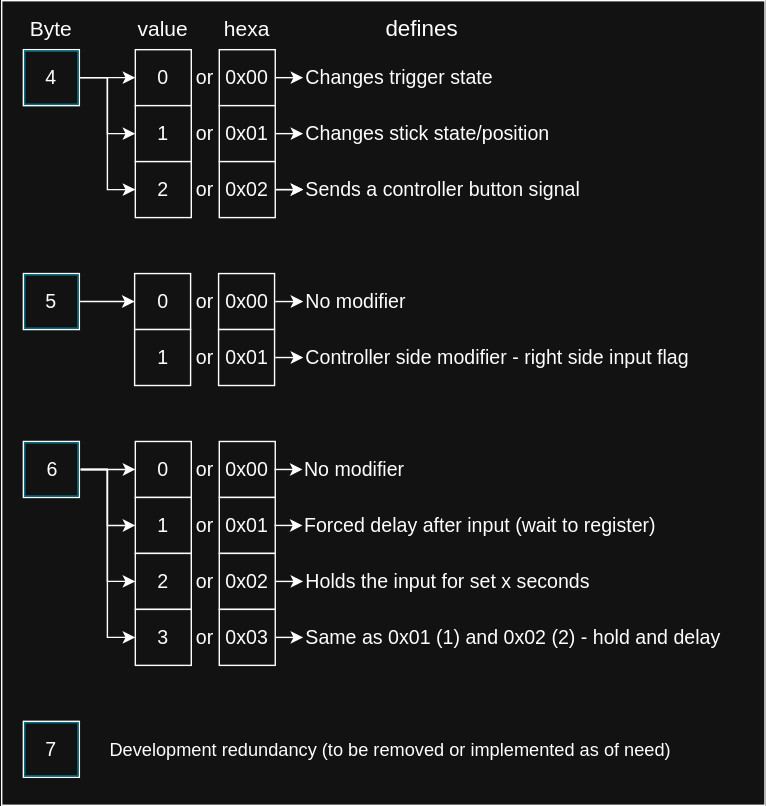
The draw.io diagram images/controller.svg in R3XM4N/backInput, before a commit. Source tidied: cells renumbered, new cells last; positions are measured from the earlier drawing's top-left corner, leaving out a move shared by most shapes.
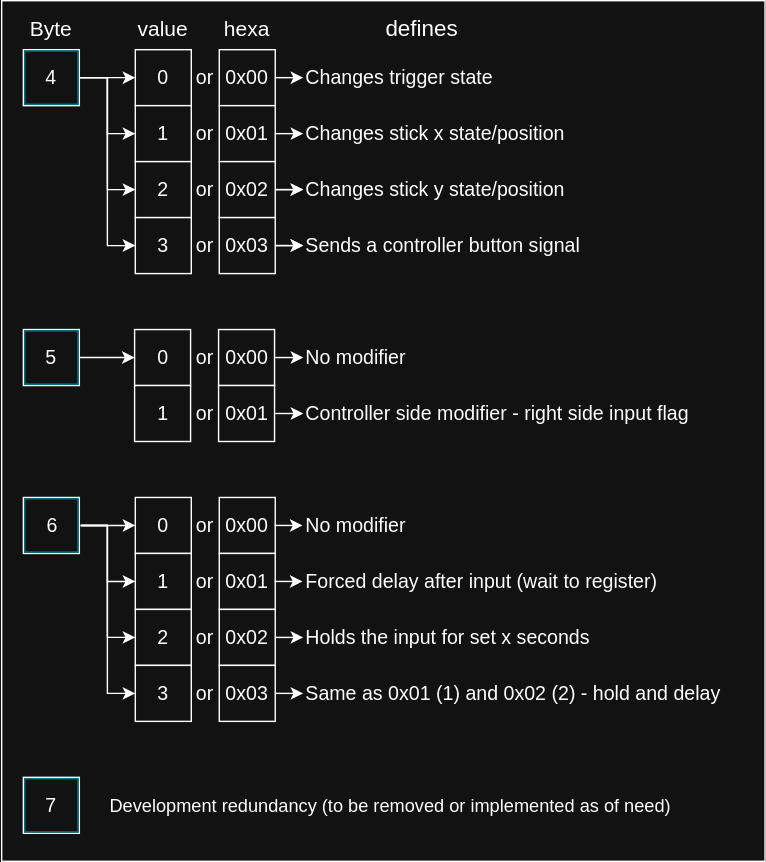
Above is the later version.

Commit message:
finished basic controller input and started migrating from static values for header and used predefined values for future-proofing hopefully didn't break stuff

Diff of the diagram source:
```diff
@@ -3,10 +3,10 @@
     <mxCell id="0" />
     <mxCell id="1" parent="0" />
     <mxCell id="2" value=" " style="rounded=0;whiteSpace=wrap;html=1;" parent="1" vertex="1">
-      <mxGeometry x="0.5" width="545.5" height="575" as="geometry" />
+      <mxGeometry x="0.5" y="-40" width="545.5" height="615" as="geometry" />
     </mxCell>
     <mxCell id="3" style="rounded=0;whiteSpace=wrap;html=1;fontSize=14;" parent="1" vertex="1">
-      <mxGeometry x="16" y="35" width="40" height="40" as="geometry" />
+      <mxGeometry x="16" y="-5" width="40" height="40" as="geometry" />
     </mxCell>
     <mxCell id="4" style="rounded=0;whiteSpace=wrap;html=1;fontSize=14;" parent="1" vertex="1">
       <mxGeometry x="16" y="195" width="40" height="40" as="geometry" />
@@ -18,7 +18,7 @@
       <mxGeometry x="16" y="515" width="40" height="40" as="geometry" />
     </mxCell>
     <mxCell id="7" style="rounded=0;whiteSpace=wrap;html=1;strokeColor=#0AE6FF;fontSize=14;" parent="1" vertex="1">
-      <mxGeometry x="17" y="36" width="38" height="38" as="geometry" />
+      <mxGeometry x="17" y="-4" width="38" height="38" as="geometry" />
     </mxCell>
     <mxCell id="8" style="rounded=0;whiteSpace=wrap;html=1;strokeColor=#0AE6FF;fontSize=14;" parent="1" vertex="1">
       <mxGeometry x="17" y="196" width="38" height="38" as="geometry" />
@@ -38,8 +38,11 @@
     <mxCell id="13" style="edgeStyle=orthogonalEdgeStyle;rounded=0;jettySize=auto;html=1;exitX=1;exitY=0.5;exitDx=0;exitDy=0;entryX=0;entryY=0.5;entryDx=0;entryDy=0;" parent="1" edge="1" source="14" target="64">
       <mxGeometry relative="1" as="geometry" />
     </mxCell>
+    <mxCell id="74" style="edgeStyle=orthogonalEdgeStyle;rounded=0;jettySize=auto;html=1;exitX=1;exitY=0.5;exitDx=0;exitDy=0;entryX=0;entryY=0.5;entryDx=0;entryDy=0;" parent="1" edge="1" source="14" target="76">
+      <mxGeometry relative="1" as="geometry" />
+    </mxCell>
     <mxCell id="14" value="4" style="text;html=1;whiteSpace=wrap;strokeColor=none;fillColor=none;align=center;verticalAlign=middle;rounded=0;fontSize=14;" parent="1" vertex="1">
-      <mxGeometry x="16" y="35" width="40" height="40" as="geometry" />
+      <mxGeometry x="16" y="-5" width="40" height="40" as="geometry" />
     </mxCell>
     <mxCell id="15" style="edgeStyle=orthogonalEdgeStyle;rounded=0;jettySize=auto;html=1;exitX=1;exitY=0.5;exitDx=0;exitDy=0;entryX=0;entryY=0.5;entryDx=0;entryDy=0;" parent="1" edge="1" source="16" target="30">
       <mxGeometry relative="1" as="geometry" />
@@ -81,22 +84,22 @@
       <mxGeometry x="16" y="515" width="40" height="40" as="geometry" />
     </mxCell>
     <mxCell id="23" value="Byte" style="text;html=1;whiteSpace=wrap;strokeColor=none;fillColor=none;align=center;verticalAlign=middle;rounded=0;fontSize=15;" parent="1" vertex="1">
-      <mxGeometry x="16" y="15" width="40" height="10" as="geometry" />
+      <mxGeometry x="16" y="-25" width="40" height="10" as="geometry" />
     </mxCell>
     <mxCell id="24" value="0x00" style="rounded=0;whiteSpace=wrap;html=1;fontSize=14;" parent="1" vertex="1">
-      <mxGeometry x="156" y="35" width="40" height="40" as="geometry" />
+      <mxGeometry x="156" y="-5" width="40" height="40" as="geometry" />
     </mxCell>
     <mxCell id="25" value="0" style="rounded=0;whiteSpace=wrap;html=1;fontSize=14;" parent="1" vertex="1">
-      <mxGeometry x="96" y="35" width="40" height="40" as="geometry" />
+      <mxGeometry x="96" y="-5" width="40" height="40" as="geometry" />
     </mxCell>
     <mxCell id="26" value="value" style="text;html=1;whiteSpace=wrap;strokeColor=none;fillColor=none;align=center;verticalAlign=middle;rounded=0;fontSize=15;" parent="1" vertex="1">
-      <mxGeometry x="96" y="15" width="40" height="10" as="geometry" />
+      <mxGeometry x="96" y="-25" width="40" height="10" as="geometry" />
     </mxCell>
     <mxCell id="27" value="hexa" style="text;html=1;whiteSpace=wrap;strokeColor=none;fillColor=none;align=center;verticalAlign=middle;rounded=0;fontSize=15;" parent="1" vertex="1">
-      <mxGeometry x="156" y="15" width="40" height="10" as="geometry" />
+      <mxGeometry x="156" y="-25" width="40" height="10" as="geometry" />
     </mxCell>
     <mxCell id="28" value="or" style="text;html=1;whiteSpace=wrap;strokeColor=none;fillColor=none;align=center;verticalAlign=middle;rounded=0;fontSize=14;" parent="1" vertex="1">
-      <mxGeometry x="136" y="40" width="20" height="30" as="geometry" />
+      <mxGeometry x="136" width="20" height="30" as="geometry" />
     </mxCell>
     <mxCell id="29" value="0x00" style="rounded=0;whiteSpace=wrap;html=1;fontSize=14;" parent="1" vertex="1">
       <mxGeometry x="155.5" y="195" width="40" height="40" as="geometry" />
@@ -144,7 +147,7 @@
       <mxGeometry x="136" y="440" width="20" height="30" as="geometry" />
     </mxCell>
     <mxCell id="44" value="Changes trigger state" style="text;html=1;whiteSpace=wrap;strokeColor=none;fillColor=none;align=left;verticalAlign=middle;rounded=0;fontSize=14;" parent="1" vertex="1">
-      <mxGeometry x="216" y="35" width="280" height="40" as="geometry" />
+      <mxGeometry x="216" y="-5" width="280" height="40" as="geometry" />
     </mxCell>
     <mxCell id="45" style="endArrow=classic;html=1;rounded=0;exitX=1;exitY=0.5;exitDx=0;exitDy=0;entryX=0;entryY=0.5;entryDx=0;entryDy=0;" parent="1" edge="1" source="24" target="44">
       <mxGeometry relative="1" as="geometry" />
@@ -158,7 +161,7 @@
       </mxGeometry>
     </mxCell>
     <mxCell id="48" value="defines" style="text;html=1;whiteSpace=wrap;strokeColor=none;fillColor=none;align=center;verticalAlign=middle;rounded=0;fontSize=16;" parent="1" vertex="1">
-      <mxGeometry x="236" y="15" width="130" height="10" as="geometry" />
+      <mxGeometry x="236" y="-25" width="130" height="10" as="geometry" />
     </mxCell>
     <mxCell id="49" value="No modifier" style="text;html=1;whiteSpace=wrap;strokeColor=none;fillColor=none;align=left;verticalAlign=middle;rounded=0;fontSize=14;" parent="1" vertex="1">
       <mxGeometry x="215.5" y="315" width="240.5" height="40" as="geometry" />
@@ -196,39 +199,39 @@
       <mxGeometry x="76" y="515" width="450" height="40" as="geometry" />
     </mxCell>
     <mxCell id="58" value="0x01" style="rounded=0;whiteSpace=wrap;html=1;fontSize=14;" parent="1" vertex="1">
-      <mxGeometry x="156" y="75" width="40" height="40" as="geometry" />
+      <mxGeometry x="156" y="35" width="40" height="40" as="geometry" />
     </mxCell>
     <mxCell id="59" value="1" style="rounded=0;whiteSpace=wrap;html=1;fontSize=14;" parent="1" vertex="1">
-      <mxGeometry x="96" y="75" width="40" height="40" as="geometry" />
+      <mxGeometry x="96" y="35" width="40" height="40" as="geometry" />
     </mxCell>
     <mxCell id="60" value="or" style="text;html=1;whiteSpace=wrap;strokeColor=none;fillColor=none;align=center;verticalAlign=middle;rounded=0;fontSize=14;" parent="1" vertex="1">
-      <mxGeometry x="136" y="80" width="20" height="30" as="geometry" />
+      <mxGeometry x="136" y="40" width="20" height="30" as="geometry" />
     </mxCell>
-    <mxCell id="61" value="Changes stick state/position" style="text;html=1;whiteSpace=wrap;strokeColor=none;fillColor=none;align=left;verticalAlign=middle;rounded=0;fontSize=14;" parent="1" vertex="1">
-      <mxGeometry x="216" y="75" width="280" height="40" as="geometry" />
+    <mxCell id="61" value="Changes stick x state/position" style="text;html=1;whiteSpace=wrap;strokeColor=none;fillColor=none;align=left;verticalAlign=middle;rounded=0;fontSize=14;" parent="1" vertex="1">
+      <mxGeometry x="216" y="35" width="280" height="40" as="geometry" />
     </mxCell>
     <mxCell id="62" style="endArrow=classic;html=1;rounded=0;exitX=1;exitY=0.5;exitDx=0;exitDy=0;entryX=0;entryY=0.5;entryDx=0;entryDy=0;" parent="1" edge="1" source="58" target="61">
       <mxGeometry relative="1" as="geometry" />
     </mxCell>
     <mxCell id="63" value="0x02" style="rounded=0;whiteSpace=wrap;html=1;fontSize=14;" parent="1" vertex="1">
-      <mxGeometry x="156" y="115" width="40" height="40" as="geometry" />
+      <mxGeometry x="156" y="75" width="40" height="40" as="geometry" />
     </mxCell>
     <mxCell id="64" value="2" style="rounded=0;whiteSpace=wrap;html=1;fontSize=14;" parent="1" vertex="1">
-      <mxGeometry x="96" y="115" width="40" height="40" as="geometry" />
+      <mxGeometry x="96" y="75" width="40" height="40" as="geometry" />
     </mxCell>
     <mxCell id="65" value="or" style="text;html=1;whiteSpace=wrap;strokeColor=none;fillColor=none;align=center;verticalAlign=middle;rounded=0;fontSize=14;" parent="1" vertex="1">
-      <mxGeometry x="136" y="120" width="20" height="30" as="geometry" />
+      <mxGeometry x="136" y="80" width="20" height="30" as="geometry" />
     </mxCell>
-    <mxCell id="66" value="Sends a controller button signal" style="text;html=1;whiteSpace=wrap;strokeColor=none;fillColor=none;align=left;verticalAlign=middle;rounded=0;fontSize=14;" parent="1" vertex="1">
-      <mxGeometry x="216" y="115" width="240" height="40" as="geometry" />
+    <mxCell id="66" value="Changes stick y state/position" style="text;html=1;whiteSpace=wrap;strokeColor=none;fillColor=none;align=left;verticalAlign=middle;rounded=0;fontSize=14;" parent="1" vertex="1">
+      <mxGeometry x="216" y="75" width="240" height="40" as="geometry" />
     </mxCell>
     <mxCell id="67" style="endArrow=classic;html=1;rounded=0;exitX=1;exitY=0.5;exitDx=0;exitDy=0;entryX=0;entryY=0.5;entryDx=0;entryDy=0;" parent="1" edge="1" source="63" target="66">
       <mxGeometry relative="1" as="geometry" />
     </mxCell>
     <mxCell id="68" style="endArrow=classic;html=1;rounded=0;exitX=1;exitY=0.5;exitDx=0;exitDy=0;entryX=0;entryY=0.5;entryDx=0;entryDy=0;" parent="1" edge="1">
       <mxGeometry relative="1" as="geometry">
-        <mxPoint x="196" y="135" as="sourcePoint" />
-        <mxPoint x="216" y="135" as="targetPoint" />
+        <mxPoint x="196" y="95" as="sourcePoint" />
+        <mxPoint x="216" y="95" as="targetPoint" />
       </mxGeometry>
     </mxCell>
     <mxCell id="69" value="0x01" style="rounded=0;whiteSpace=wrap;html=1;fontSize=14;" parent="1" vertex="1">
@@ -248,5 +251,26 @@
         <mxPoint x="196" y="255" as="sourcePoint" />
       </mxGeometry>
     </mxCell>
+    <mxCell id="75" value="0x03" style="rounded=0;whiteSpace=wrap;html=1;fontSize=14;" parent="1" vertex="1">
+      <mxGeometry x="156" y="115" width="40" height="40" as="geometry" />
+    </mxCell>
+    <mxCell id="76" value="3" style="rounded=0;whiteSpace=wrap;html=1;fontSize=14;" parent="1" vertex="1">
+      <mxGeometry x="96" y="115" width="40" height="40" as="geometry" />
+    </mxCell>
+    <mxCell id="77" value="or" style="text;html=1;whiteSpace=wrap;strokeColor=none;fillColor=none;align=center;verticalAlign=middle;rounded=0;fontSize=14;" parent="1" vertex="1">
+      <mxGeometry x="136" y="120" width="20" height="30" as="geometry" />
+    </mxCell>
+    <mxCell id="78" value="Sends a controller button signal" style="text;html=1;whiteSpace=wrap;strokeColor=none;fillColor=none;align=left;verticalAlign=middle;rounded=0;fontSize=14;" parent="1" vertex="1">
+      <mxGeometry x="216" y="115" width="240" height="40" as="geometry" />
+    </mxCell>
+    <mxCell id="79" style="endArrow=classic;html=1;rounded=0;exitX=1;exitY=0.5;exitDx=0;exitDy=0;entryX=0;entryY=0.5;entryDx=0;entryDy=0;" parent="1" edge="1" source="75" target="78">
+      <mxGeometry relative="1" as="geometry" />
+    </mxCell>
+    <mxCell id="80" style="endArrow=classic;html=1;rounded=0;exitX=1;exitY=0.5;exitDx=0;exitDy=0;entryX=0;entryY=0.5;entryDx=0;entryDy=0;" parent="1" edge="1">
+      <mxGeometry relative="1" as="geometry">
+        <mxPoint x="196" y="135" as="sourcePoint" />
+        <mxPoint x="216" y="135" as="targetPoint" />
+      </mxGeometry>
+    </mxCell>
   </root>
 </mxGraphModel>
```
